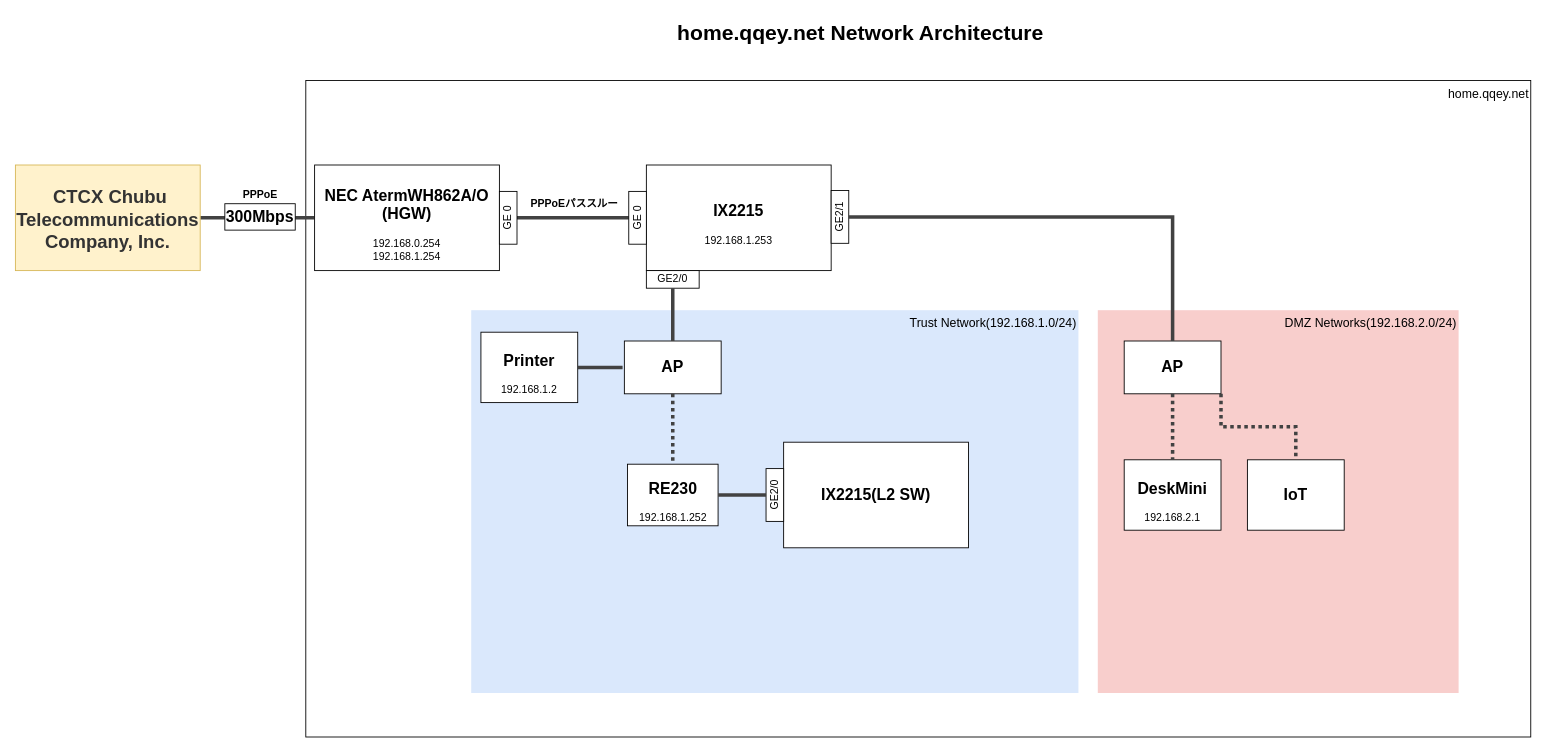
This is Structure/home.qqey.net.drawio from qqey/ponkan, a draw.io file, before an edit. Source tidied: cells renumbered, new cells numbered last; positions are measured from the earlier drawing's top-left corner, leaving out a move shared by most shapes. Both pictures are drawn from the tidied source at 88%, with x=0, y=0 at pixel (15, 15).
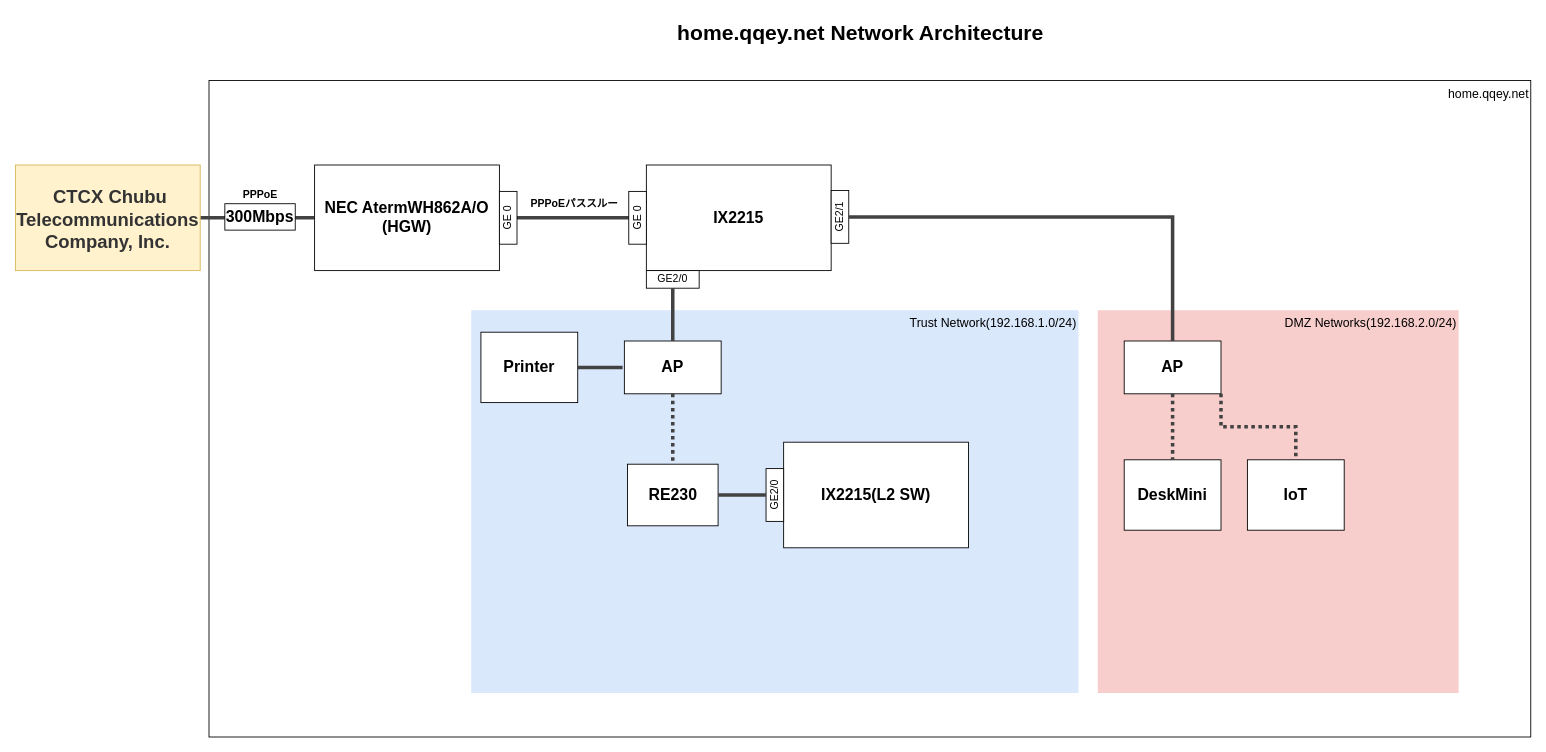
The same page after the edit.

Commit message (it also covers changes not shown here):
home.qqey.net.drawio を更新します

What changed in the source:
```diff
@@
     <mxCell id="2" value="home.qqey.net" style="whiteSpace=wrap;html=1;fontSize=14;verticalAlign=top;align=right;" parent="1" vertex="1">
-      <mxGeometry x="330" y="74" width="1392" height="746" as="geometry" />
+      <mxGeometry x="220" y="74" width="1502" height="746" as="geometry" />
     </mxCell>
@@
-    <mxCell id="8" value="&lt;h2 style=&quot;border-color: var(--border-color);&quot;&gt;NEC AtermWH862A/O&lt;br&gt;(HGW)&lt;/h2&gt;&lt;div&gt;192.168.0.254&lt;/div&gt;&lt;div&gt;192.168.1.254&lt;/div&gt;" style="rounded=0;whiteSpace=wrap;html=1;gradientColor=none;" parent="1" vertex="1">
+    <mxCell id="8" value="&lt;h2 style=&quot;border-color: var(--border-color);&quot;&gt;NEC AtermWH862A/O&lt;br&gt;(HGW)&lt;/h2&gt;" style="rounded=0;whiteSpace=wrap;html=1;gradientColor=none;" parent="1" vertex="1">
       <mxGeometry x="340" y="170" width="210" height="120" as="geometry" />
     </mxCell>
-    <mxCell id="9" value="&lt;h2 style=&quot;border-color: var(--border-color);&quot;&gt;IX2215&lt;/h2&gt;&lt;div&gt;192.168.1.253&lt;/div&gt;" style="rounded=0;whiteSpace=wrap;html=1;gradientColor=none;" parent="1" vertex="1">
+    <mxCell id="9" value="&lt;h2 style=&quot;border-color: var(--border-color);&quot;&gt;IX2215&lt;/h2&gt;" style="rounded=0;whiteSpace=wrap;html=1;gradientColor=none;" parent="1" vertex="1">
       <mxGeometry x="717" y="170" width="210" height="120" as="geometry" />
     </mxCell>
@@
-    <mxCell id="20" value="&lt;h2 style=&quot;border-color: var(--border-color);&quot;&gt;RE230&lt;/h2&gt;&lt;div&gt;192.168.1.252&lt;/div&gt;" style="rounded=0;whiteSpace=wrap;html=1;gradientColor=none;" parent="1" vertex="1">
+    <mxCell id="20" value="&lt;h2 style=&quot;border-color: var(--border-color);&quot;&gt;RE230&lt;/h2&gt;" style="rounded=0;whiteSpace=wrap;html=1;gradientColor=none;" parent="1" vertex="1">
       <mxGeometry x="695.5" y="510" width="103" height="70" as="geometry" />
     </mxCell>
@@
-    <mxCell id="28" value="&lt;h2 style=&quot;border-color: var(--border-color);&quot;&gt;DeskMini&lt;/h2&gt;&lt;div&gt;192.168.2.1&lt;/div&gt;" style="rounded=0;whiteSpace=wrap;html=1;gradientColor=none;" parent="1" vertex="1">
+    <mxCell id="28" value="&lt;h2 style=&quot;border-color: var(--border-color);&quot;&gt;DeskMini&lt;/h2&gt;" style="rounded=0;whiteSpace=wrap;html=1;gradientColor=none;" parent="1" vertex="1">
       <mxGeometry x="1260" y="505" width="110" height="80" as="geometry" />
     </mxCell>
@@
-    <mxCell id="30" value="&lt;h2 style=&quot;border-color: var(--border-color);&quot;&gt;Printer&lt;/h2&gt;&lt;div&gt;192.168.1.2&lt;/div&gt;" style="rounded=0;whiteSpace=wrap;html=1;gradientColor=none;" parent="1" vertex="1">
+    <mxCell id="30" value="&lt;h2 style=&quot;border-color: var(--border-color);&quot;&gt;Printer&lt;/h2&gt;" style="rounded=0;whiteSpace=wrap;html=1;gradientColor=none;" parent="1" vertex="1">
       <mxGeometry x="529" y="360" width="110" height="80" as="geometry" />
     </mxCell>
```
